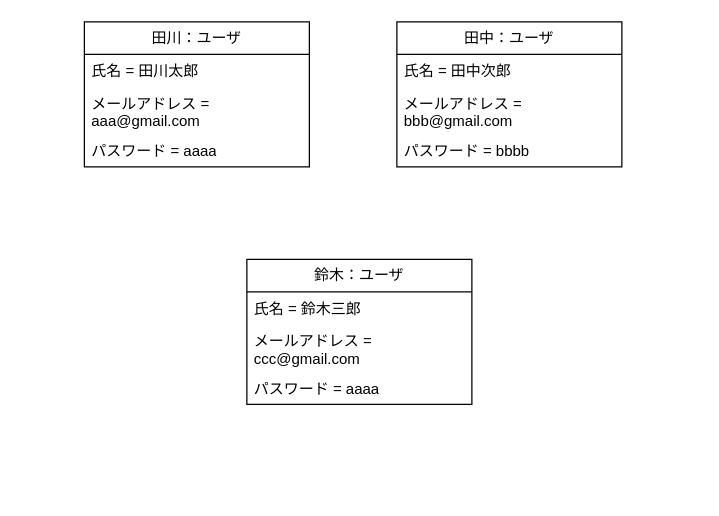
The draw.io diagram 概念モデル/01_アカウント情報の登録をする/アカウント情報の登録をする.drawio in tawainfer/scorpio, before the edit. Source tidied: cells renumbered, new cells numbered last; positions are measured from the earlier drawing's top-left corner, leaving out a move shared by most shapes. Both pictures are drawn from the tidied source at 125%, with x=0, y=0 at pixel (84, 21).
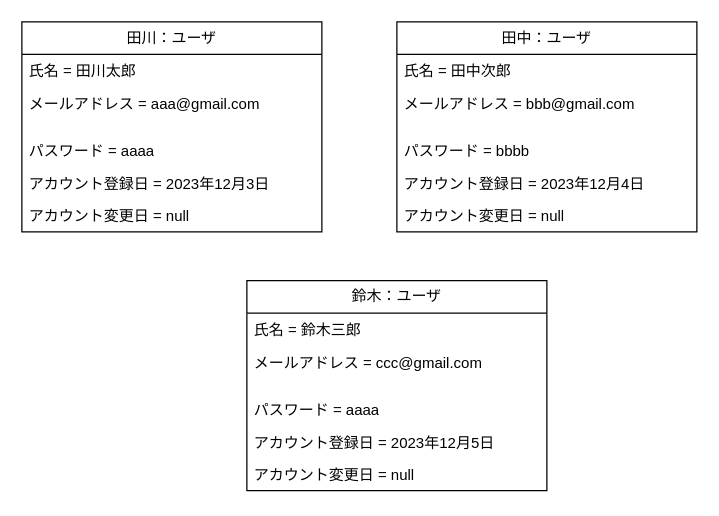
Above is the later version.

The edit, as a diff of the source:
```diff
@@
 <mxGraphModel>
   <root>
     <mxCell id="0" />
     <mxCell id="1" parent="0" />
     <mxCell id="2" value="田川：ユーザ" style="swimlane;fontStyle=0;horizontal=1;startSize=26;fillColor=none;whiteSpace=wrap;html=1;" parent="1" vertex="1">
-      <mxGeometry width="180" height="116" as="geometry" />
+      <mxGeometry x="-50" width="240" height="168" as="geometry" />
     </mxCell>
     <mxCell id="3" value="氏名 = 田川太郎" style="text;strokeColor=none;fillColor=none;align=left;verticalAlign=top;spacingLeft=4;spacingRight=4;overflow=hidden;whiteSpace=wrap;html=1;" parent="2" vertex="1">
-      <mxGeometry y="26" width="180" height="26" as="geometry" />
+      <mxGeometry y="26" width="240" height="26" as="geometry" />
     </mxCell>
     <mxCell id="4" value="メールアドレス = aaa@gmail.com" style="text;strokeColor=none;fillColor=none;align=left;verticalAlign=top;spacingLeft=4;spacingRight=4;overflow=hidden;whiteSpace=wrap;html=1;" parent="2" vertex="1">
-      <mxGeometry y="52" width="180" height="38" as="geometry" />
+      <mxGeometry y="52" width="240" height="38" as="geometry" />
     </mxCell>
     <mxCell id="5" value="パスワード = aaaa" style="text;strokeColor=none;fillColor=none;align=left;verticalAlign=top;spacingLeft=4;spacingRight=4;overflow=hidden;whiteSpace=wrap;html=1;" parent="2" vertex="1">
-      <mxGeometry y="90" width="180" height="26" as="geometry" />
+      <mxGeometry y="90" width="240" height="26" as="geometry" />
     </mxCell>
+    <mxCell id="14" value="アカウント登録日 = 2023年12月3日" style="text;strokeColor=none;fillColor=none;align=left;verticalAlign=top;spacingLeft=4;spacingRight=4;overflow=hidden;whiteSpace=wrap;html=1;" parent="2" vertex="1">
+      <mxGeometry y="116" width="240" height="26" as="geometry" />
+    </mxCell>
+    <mxCell id="15" value="アカウント変更日 = null" style="text;strokeColor=none;fillColor=none;align=left;verticalAlign=top;spacingLeft=4;spacingRight=4;overflow=hidden;whiteSpace=wrap;html=1;" parent="2" vertex="1">
+      <mxGeometry y="142" width="240" height="26" as="geometry" />
+    </mxCell>
     <mxCell id="6" value="田中：ユーザ" style="swimlane;fontStyle=0;horizontal=1;startSize=26;fillColor=none;whiteSpace=wrap;html=1;" parent="1" vertex="1">
-      <mxGeometry x="250" width="180" height="116" as="geometry" />
+      <mxGeometry x="250" width="240" height="168" as="geometry" />
     </mxCell>
     <mxCell id="7" value="氏名 = 田中次郎" style="text;strokeColor=none;fillColor=none;align=left;verticalAlign=top;spacingLeft=4;spacingRight=4;overflow=hidden;whiteSpace=wrap;html=1;" parent="6" vertex="1">
-      <mxGeometry y="26" width="180" height="26" as="geometry" />
+      <mxGeometry y="26" width="240" height="26" as="geometry" />
     </mxCell>
     <mxCell id="8" value="メールアドレス = bbb@gmail.com" style="text;strokeColor=none;fillColor=none;align=left;verticalAlign=top;spacingLeft=4;spacingRight=4;overflow=hidden;whiteSpace=wrap;html=1;" parent="6" vertex="1">
-      <mxGeometry y="52" width="180" height="38" as="geometry" />
+      <mxGeometry y="52" width="240" height="38" as="geometry" />
     </mxCell>
     <mxCell id="9" value="パスワード = bbbb" style="text;strokeColor=none;fillColor=none;align=left;verticalAlign=top;spacingLeft=4;spacingRight=4;overflow=hidden;whiteSpace=wrap;html=1;" parent="6" vertex="1">
-      <mxGeometry y="90" width="180" height="26" as="geometry" />
+      <mxGeometry y="90" width="240" height="26" as="geometry" />
     </mxCell>
+    <mxCell id="16" value="アカウント登録日 = 2023年12月4日" style="text;strokeColor=none;fillColor=none;align=left;verticalAlign=top;spacingLeft=4;spacingRight=4;overflow=hidden;whiteSpace=wrap;html=1;" parent="6" vertex="1">
+      <mxGeometry y="116" width="240" height="26" as="geometry" />
+    </mxCell>
+    <mxCell id="17" value="アカウント変更日 = null" style="text;strokeColor=none;fillColor=none;align=left;verticalAlign=top;spacingLeft=4;spacingRight=4;overflow=hidden;whiteSpace=wrap;html=1;" parent="6" vertex="1">
+      <mxGeometry y="142" width="240" height="26" as="geometry" />
+    </mxCell>
     <mxCell id="10" value="鈴木：ユーザ" style="swimlane;fontStyle=0;horizontal=1;startSize=26;fillColor=none;whiteSpace=wrap;html=1;" parent="1" vertex="1">
-      <mxGeometry x="130" y="190" width="180" height="116" as="geometry" />
+      <mxGeometry x="130" y="207" width="240" height="168" as="geometry" />
     </mxCell>
     <mxCell id="11" value="氏名 = 鈴木三郎" style="text;strokeColor=none;fillColor=none;align=left;verticalAlign=top;spacingLeft=4;spacingRight=4;overflow=hidden;whiteSpace=wrap;html=1;" parent="10" vertex="1">
-      <mxGeometry y="26" width="180" height="26" as="geometry" />
+      <mxGeometry y="26" width="240" height="26" as="geometry" />
     </mxCell>
     <mxCell id="12" value="メールアドレス = ccc@gmail.com" style="text;strokeColor=none;fillColor=none;align=left;verticalAlign=top;spacingLeft=4;spacingRight=4;overflow=hidden;whiteSpace=wrap;html=1;" parent="10" vertex="1">
-      <mxGeometry y="52" width="180" height="38" as="geometry" />
+      <mxGeometry y="52" width="240" height="38" as="geometry" />
     </mxCell>
     <mxCell id="13" value="パスワード = aaaa" style="text;strokeColor=none;fillColor=none;align=left;verticalAlign=top;spacingLeft=4;spacingRight=4;overflow=hidden;whiteSpace=wrap;html=1;" parent="10" vertex="1">
-      <mxGeometry y="90" width="180" height="26" as="geometry" />
+      <mxGeometry y="90" width="240" height="26" as="geometry" />
     </mxCell>
+    <mxCell id="18" value="アカウント登録日 = 2023年12月5日" style="text;strokeColor=none;fillColor=none;align=left;verticalAlign=top;spacingLeft=4;spacingRight=4;overflow=hidden;whiteSpace=wrap;html=1;" parent="10" vertex="1">
+      <mxGeometry y="116" width="240" height="26" as="geometry" />
+    </mxCell>
+    <mxCell id="19" value="アカウント変更日 = null" style="text;strokeColor=none;fillColor=none;align=left;verticalAlign=top;spacingLeft=4;spacingRight=4;overflow=hidden;whiteSpace=wrap;html=1;" parent="10" vertex="1">
+      <mxGeometry y="142" width="240" height="26" as="geometry" />
+    </mxCell>
   </root>
 </mxGraphModel>
```
